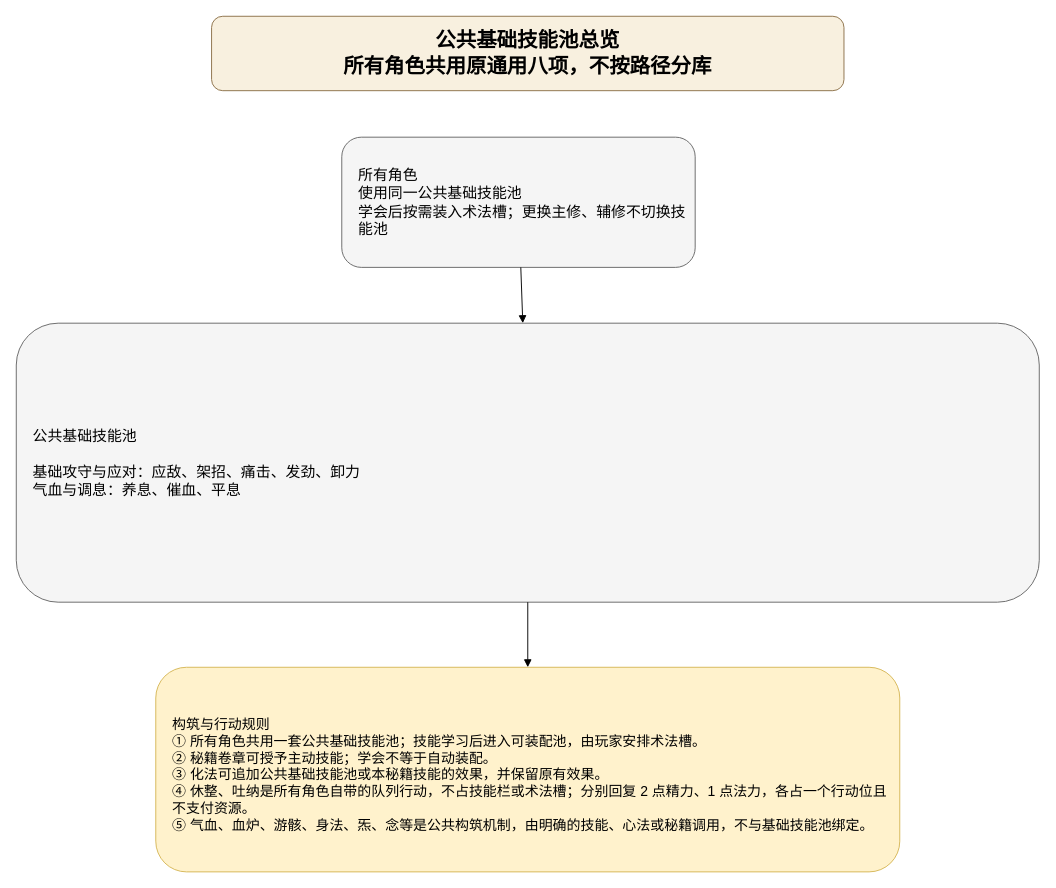
This is docs/基础牌库词典/drawio/基础牌库总览.drawio from ankundanetracyc-spec/tian-guan-you-du, a draw.io file, before an edit. Source tidied: cells renumbered, new cells numbered last; positions are measured from the earlier drawing's top-left corner, leaving out a move shared by most shapes. Both pictures are drawn from the tidied source at 93%, with x=0, y=0 at pixel (16, 16).
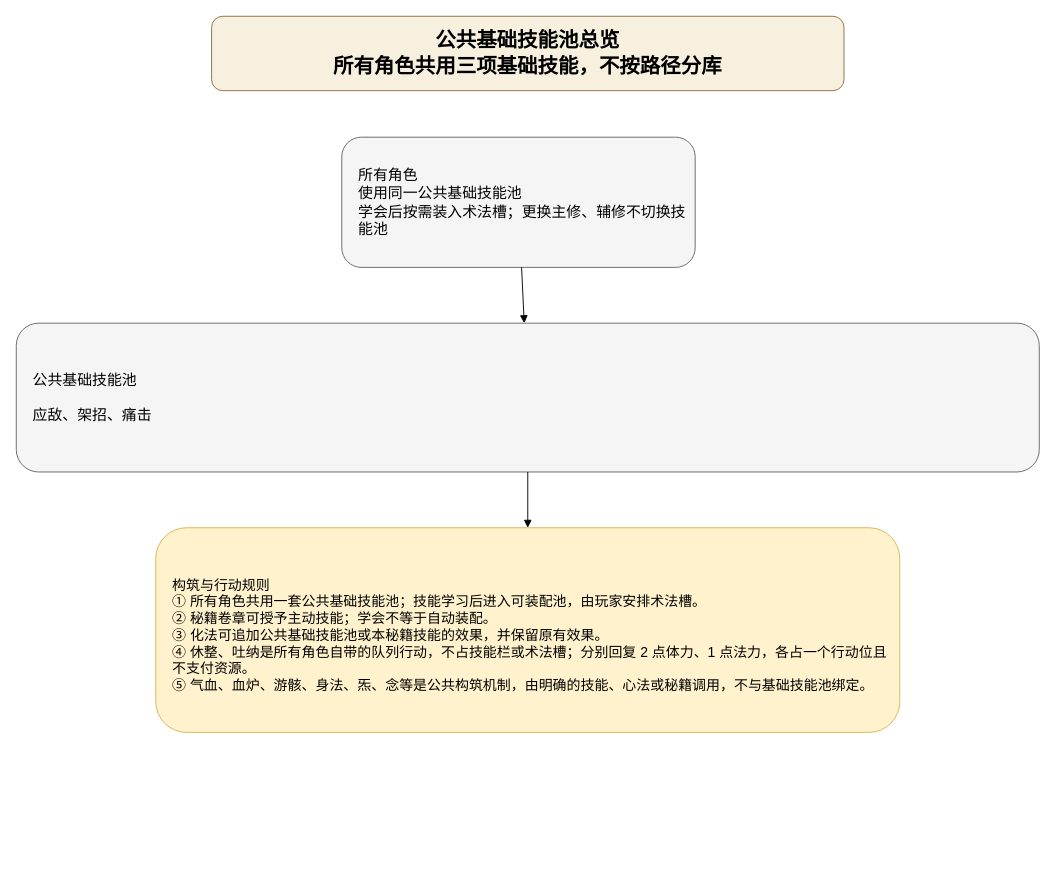
Above is the later version.

Diff of the diagram source:
```diff
@@
 <mxGraphModel>
   <root>
     <mxCell id="0" />
     <mxCell id="1" parent="0" />
-    <mxCell id="2" value="公共基础技能池总览&#10;所有角色共用原通用八项，不按路径分库" style="rounded=1;whiteSpace=wrap;html=1;fillColor=#f8f0df;strokeColor=#8b6f47;fontSize=22;fontStyle=1;" parent="1" vertex="1">
+    <mxCell id="2" value="公共基础技能池总览&#10;所有角色共用三项基础技能，不按路径分库" style="rounded=1;whiteSpace=wrap;html=1;fillColor=#f8f0df;strokeColor=#8b6f47;fontSize=22;fontStyle=1;" parent="1" vertex="1">
       <mxGeometry x="210" width="680" height="80" as="geometry" />
     </mxCell>
     <mxCell id="3" value="所有角色&#10;使用同一公共基础技能池&#10;学会后按需装入术法槽；更换主修、辅修不切换技能池" style="rounded=1;whiteSpace=wrap;html=1;fillColor=#f5f5f5;strokeColor=#666666;fontSize=16;align=left;spacingLeft=16;" parent="1" vertex="1">
       <mxGeometry x="350" y="130" width="380" height="140" as="geometry" />
     </mxCell>
-    <mxCell id="4" value="公共基础技能池&#10;&#10;基础攻守与应对：应敌、架招、痛击、发劲、卸力&#10;气血与调息：养息、催血、平息" style="rounded=1;whiteSpace=wrap;html=1;fillColor=#f5f5f5;strokeColor=#666666;fontSize=16;align=left;spacingLeft=16;" parent="1" vertex="1">
-      <mxGeometry y="330" width="1100" height="300" as="geometry" />
+    <mxCell id="4" value="公共基础技能池&#10;&#10;应敌、架招、痛击" style="rounded=1;whiteSpace=wrap;html=1;fillColor=#f5f5f5;strokeColor=#666666;fontSize=16;align=left;spacingLeft=16;" parent="1" vertex="1">
+      <mxGeometry y="330" width="1100" height="160" as="geometry" />
     </mxCell>
-    <mxCell id="5" value="构筑与行动规则&#10;① 所有角色共用一套公共基础技能池；技能学习后进入可装配池，由玩家安排术法槽。&#10;② 秘籍卷章可授予主动技能；学会不等于自动装配。&#10;③ 化法可追加公共基础技能池或本秘籍技能的效果，并保留原有效果。&#10;④ 休整、吐纳是所有角色自带的队列行动，不占技能栏或术法槽；分别回复 2 点精力、1 点法力，各占一个行动位且不支付资源。&#10;⑤ 气血、血炉、游骸、身法、炁、念等是公共构筑机制，由明确的技能、心法或秘籍调用，不与基础技能池绑定。" style="rounded=1;whiteSpace=wrap;html=1;fillColor=#fff2cc;strokeColor=#d6b656;fontSize=15;align=left;spacingLeft=16;spacingTop=10;" parent="1" vertex="1">
-      <mxGeometry x="150" y="700" width="800" height="220" as="geometry" />
+    <mxCell id="5" value="构筑与行动规则&#10;① 所有角色共用一套公共基础技能池；技能学习后进入可装配池，由玩家安排术法槽。&#10;② 秘籍卷章可授予主动技能；学会不等于自动装配。&#10;③ 化法可追加公共基础技能池或本秘籍技能的效果，并保留原有效果。&#10;④ 休整、吐纳是所有角色自带的队列行动，不占技能栏或术法槽；分别回复 2 点体力、1 点法力，各占一个行动位且不支付资源。&#10;⑤ 气血、血炉、游骸、身法、炁、念等是公共构筑机制，由明确的技能、心法或秘籍调用，不与基础技能池绑定。" style="rounded=1;whiteSpace=wrap;html=1;fillColor=#fff2cc;strokeColor=#d6b656;fontSize=15;align=left;spacingLeft=16;spacingTop=10;" parent="1" vertex="1">
+      <mxGeometry x="150" y="550" width="800" height="220" as="geometry" />
     </mxCell>
     <mxCell id="6" style="endArrow=block;html=1;" parent="1" edge="1" source="3" target="4">
       <mxGeometry relative="1" as="geometry" />
     </mxCell>
     <mxCell id="7" style="endArrow=block;html=1;edgeStyle=orthogonalEdgeStyle;" parent="1" edge="1" source="4" target="5">
       <mxGeometry relative="1" as="geometry" />
     </mxCell>
   </root>
 </mxGraphModel>
```
